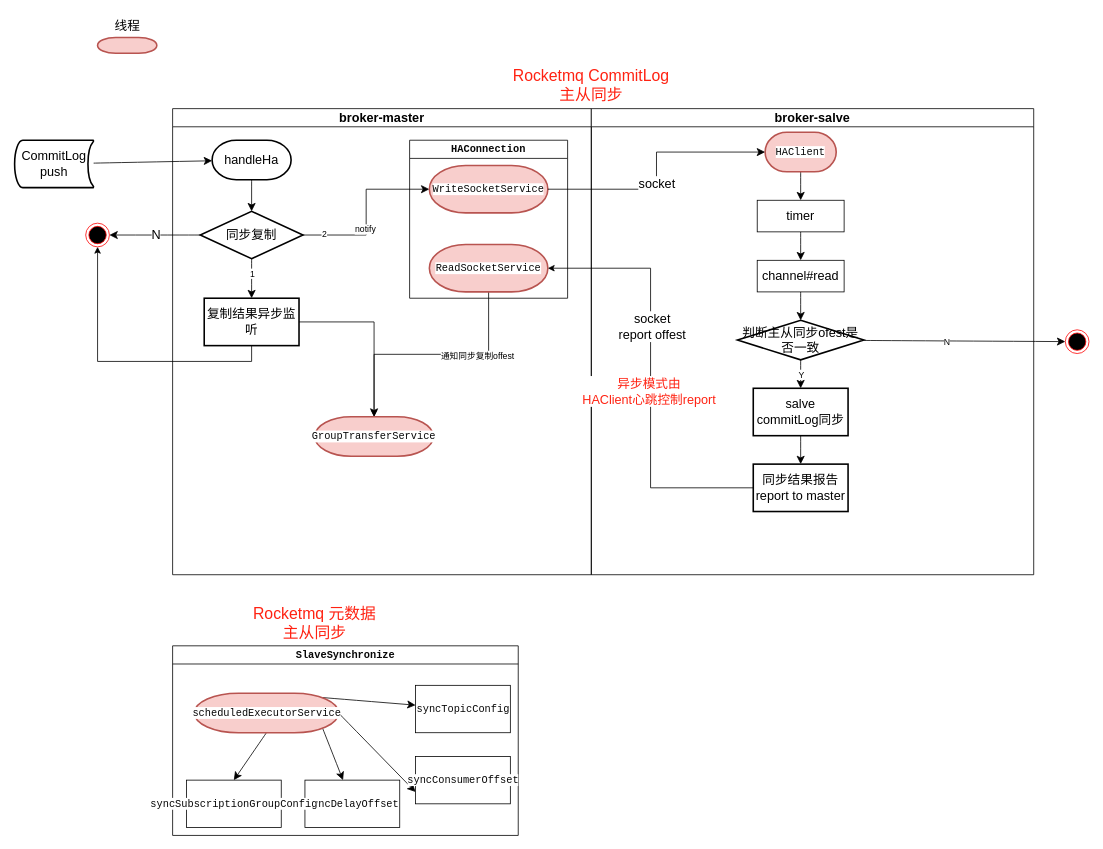
This is rocketmq源码分析.drawio from 2635064692/drawio-rep, a draw.io file, before an edit. Source tidied: cells renumbered, new cells numbered last; positions are measured from the earlier drawing's top-left corner, leaving out a move shared by most shapes. Both pictures are drawn from the tidied source at 79%, with x=0, y=0 at pixel (14, 13).
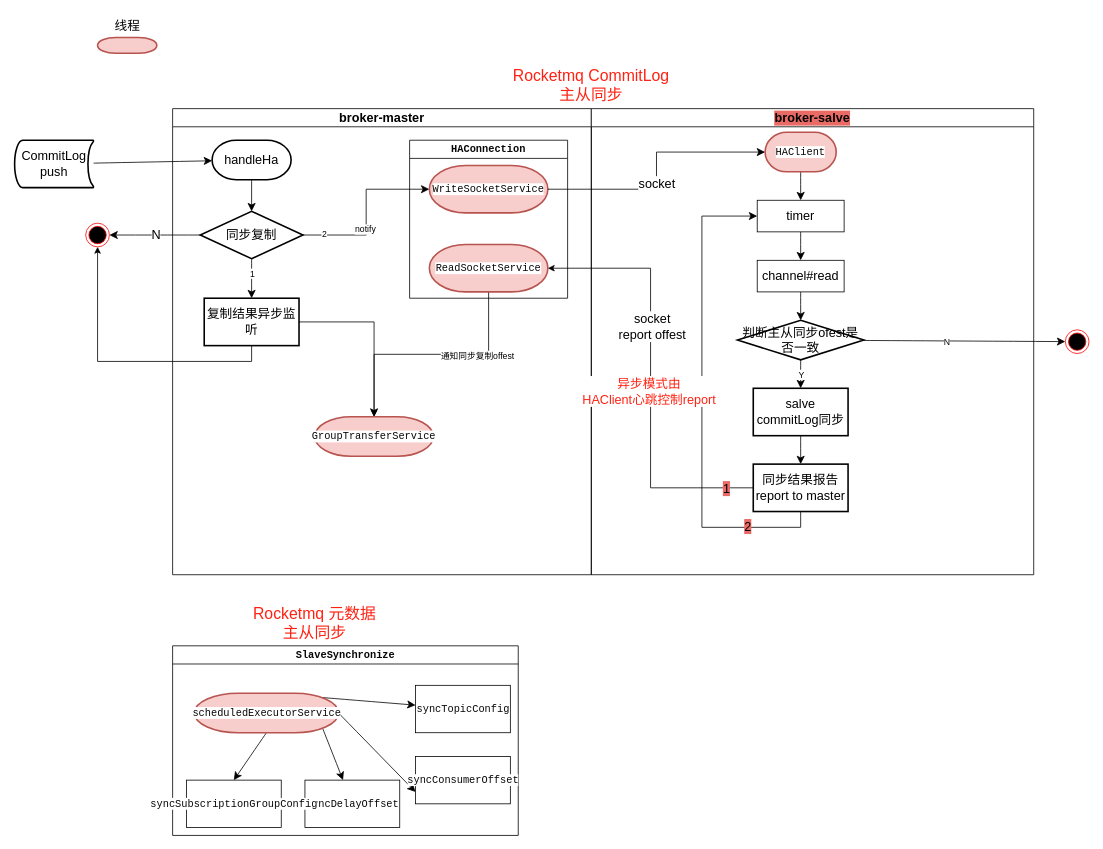
After the change.

Commit message:
更新rocketmq源码分析.drawio

Unchanged cells that the change refers to:
```xml
<mxCell id="23" value="timer" style="rounded=0;whiteSpace=wrap;html=1;fontSize=16;" parent="19" vertex="1">
  <mxGeometry x="210" y="116" width="110" height="40" as="geometry" />
</mxCell>
<mxCell id="31" value="同步结果报告&lt;br&gt;report to master" style="whiteSpace=wrap;html=1;fontSize=16;strokeWidth=2;" parent="19" vertex="1">
  <mxGeometry x="205" y="450" width="120" height="60" as="geometry" />
</mxCell>
<mxCell id="42" style="edgeStyle=orthogonalEdgeStyle;rounded=0;jettySize=auto;html=1;exitX=0;exitY=0.5;exitDx=0;exitDy=0;entryX=1;entryY=0.5;entryDx=0;entryDy=0;entryPerimeter=0;" parent="1" edge="1" source="31" target="18">
  <mxGeometry relative="1" as="geometry" />
</mxCell>
```

Change to the diagram source:
```diff
@@
-    <mxCell id="19" value="broker-salve" style="swimlane;whiteSpace=wrap;html=1;fontSize=16;" parent="1" vertex="1">
+    <mxCell id="19" value="broker-salve" style="swimlane;whiteSpace=wrap;html=1;fontSize=16;fontColor=#000000;labelBackgroundColor=#EA6B66;" parent="1" vertex="1">
       <mxGeometry x="730" y="120" width="560" height="590" as="geometry" />
     </mxCell>
@@
+    <mxCell id="60" style="edgeStyle=orthogonalEdgeStyle;rounded=0;jettySize=auto;html=1;exitX=0.5;exitY=1;exitDx=0;exitDy=0;entryX=0;entryY=0.5;entryDx=0;entryDy=0;fontSize=12;startSize=8;endSize=8;labelBackgroundColor=#EA6B66;" parent="19" edge="1" source="31" target="23">
+      <mxGeometry relative="1" as="geometry">
+        <Array as="points">
+          <mxPoint x="265" y="530" />
+          <mxPoint x="140" y="530" />
+          <mxPoint x="140" y="136" />
+        </Array>
+      </mxGeometry>
+    </mxCell>
+    <mxCell id="61" value="2" style="edgeLabel;html=1;align=center;verticalAlign=middle;fontSize=16;fontColor=#000000;labelBackgroundColor=#EA6B66;" parent="60" vertex="1">
+      <mxGeometry x="-0.71" y="-2" relative="1" as="geometry" />
+    </mxCell>
@@
+    <mxCell id="62" value="&lt;font&gt;1&lt;/font&gt;" style="edgeLabel;html=1;align=center;verticalAlign=middle;fontSize=16;fontColor=#000000;labelBackgroundColor=#EA6B66;" parent="42" vertex="1">
+      <mxGeometry x="-0.85" relative="1" as="geometry">
+        <mxPoint x="5" as="offset" />
+      </mxGeometry>
+    </mxCell>
```
